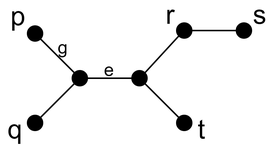
This is drawings/example-X-split.png from NilsSturma/TestGGM, a draw.io export, as it was before one commit. Source tidied: cells renumbered, new cells last; positions are measured from the earlier drawing's top-left corner, leaving out a move shared by most shapes. Source of this version:
```xml
<mxGraphModel>
  <root>
    <mxCell id="0" />
    <mxCell id="1" parent="0" />
    <mxCell id="2" style="ellipse;whiteSpace=wrap;html=1;fontColor=#333333;fillColor=#000000;" parent="1" vertex="1">
      <mxGeometry x="48" y="47" width="10" height="10" as="geometry" />
    </mxCell>
    <mxCell id="3" style="ellipse;whiteSpace=wrap;html=1;fontColor=#333333;fillColor=#000000;" parent="1" vertex="1">
      <mxGeometry x="88" y="47" width="10" height="10" as="geometry" />
    </mxCell>
    <mxCell id="4" style="endArrow=none;html=1;exitX=1;exitY=0.5;exitDx=0;exitDy=0;" parent="1" edge="1" source="2">
      <mxGeometry relative="1" as="geometry">
        <mxPoint x="88" y="52" as="targetPoint" />
      </mxGeometry>
    </mxCell>
    <mxCell id="5" style="ellipse;whiteSpace=wrap;html=1;fontColor=#333333;fillColor=#000000;" parent="1" vertex="1">
      <mxGeometry x="18" y="17" width="10" height="10" as="geometry" />
    </mxCell>
    <mxCell id="6" style="ellipse;whiteSpace=wrap;html=1;fontColor=#333333;fillColor=#000000;" parent="1" vertex="1">
      <mxGeometry x="18" y="77" width="10" height="10" as="geometry" />
    </mxCell>
    <mxCell id="7" style="ellipse;whiteSpace=wrap;html=1;fontColor=#333333;fillColor=#000000;" parent="1" vertex="1">
      <mxGeometry x="118" y="15" width="10" height="10" as="geometry" />
    </mxCell>
    <mxCell id="8" style="ellipse;whiteSpace=wrap;html=1;fontColor=#333333;fillColor=#000000;" parent="1" vertex="1">
      <mxGeometry x="118" y="77" width="10" height="10" as="geometry" />
    </mxCell>
    <mxCell id="9" style="endArrow=none;html=1;exitX=0;exitY=0;exitDx=0;exitDy=0;entryX=1;entryY=1;entryDx=0;entryDy=0;" parent="1" edge="1" source="2" target="5">
      <mxGeometry relative="1" as="geometry" />
    </mxCell>
    <mxCell id="10" style="endArrow=none;html=1;exitX=0;exitY=1;exitDx=0;exitDy=0;entryX=1;entryY=0;entryDx=0;entryDy=0;" parent="1" edge="1" source="2" target="6">
      <mxGeometry relative="1" as="geometry" />
    </mxCell>
    <mxCell id="11" style="endArrow=none;html=1;exitX=1;exitY=1;exitDx=0;exitDy=0;entryX=0;entryY=0;entryDx=0;entryDy=0;" parent="1" edge="1" source="3" target="8">
      <mxGeometry relative="1" as="geometry" />
    </mxCell>
    <mxCell id="12" style="endArrow=none;html=1;exitX=0;exitY=1;exitDx=0;exitDy=0;entryX=1;entryY=0;entryDx=0;entryDy=0;" parent="1" edge="1" source="7" target="3">
      <mxGeometry relative="1" as="geometry" />
    </mxCell>
    <mxCell id="13" style="ellipse;whiteSpace=wrap;html=1;fontColor=#333333;fillColor=#000000;" parent="1" vertex="1">
      <mxGeometry x="158" y="15" width="10" height="10" as="geometry" />
    </mxCell>
    <mxCell id="14" style="endArrow=none;html=1;exitX=1;exitY=0.5;exitDx=0;exitDy=0;entryX=0;entryY=0.5;entryDx=0;entryDy=0;" parent="1" edge="1" source="7" target="13">
      <mxGeometry relative="1" as="geometry" />
    </mxCell>
    <mxCell id="15" value="p" style="text;html=1;strokeColor=none;fillColor=none;align=center;verticalAlign=middle;whiteSpace=wrap;rounded=0;fontSize=18;" parent="1" vertex="1">
      <mxGeometry x="2" y="1" width="20" height="20" as="geometry" />
    </mxCell>
    <mxCell id="16" value="r" style="text;html=1;strokeColor=none;fillColor=none;align=center;verticalAlign=middle;whiteSpace=wrap;rounded=0;fontSize=18;" parent="1" vertex="1">
      <mxGeometry x="104" width="20" height="20" as="geometry" />
    </mxCell>
    <mxCell id="17" value="q" style="text;html=1;strokeColor=none;fillColor=none;align=center;verticalAlign=middle;whiteSpace=wrap;rounded=0;fontSize=18;" parent="1" vertex="1">
      <mxGeometry y="77" width="20" height="20" as="geometry" />
    </mxCell>
    <mxCell id="18" value="s" style="text;html=1;strokeColor=none;fillColor=none;align=center;verticalAlign=middle;whiteSpace=wrap;rounded=0;fontSize=18;" parent="1" vertex="1">
      <mxGeometry x="164" width="20" height="20" as="geometry" />
    </mxCell>
    <mxCell id="19" value="t" style="text;html=1;strokeColor=none;fillColor=none;align=center;verticalAlign=middle;whiteSpace=wrap;rounded=0;fontSize=18;" parent="1" vertex="1">
      <mxGeometry x="125" y="77" width="20" height="20" as="geometry" />
    </mxCell>
    <mxCell id="20" value="g" style="text;html=1;strokeColor=none;fillColor=none;align=center;verticalAlign=middle;whiteSpace=wrap;rounded=0;fontSize=12;" parent="1" vertex="1">
      <mxGeometry x="32" y="21" width="20" height="20" as="geometry" />
    </mxCell>
    <mxCell id="21" value="e" style="text;html=1;strokeColor=none;fillColor=none;align=center;verticalAlign=middle;whiteSpace=wrap;rounded=0;fontSize=12;" parent="1" vertex="1">
      <mxGeometry x="63" y="36" width="20" height="20" as="geometry" />
    </mxCell>
  </root>
</mxGraphModel>
```
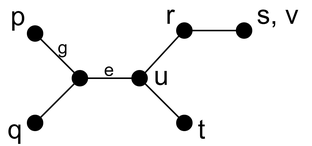
The same diagram one commit later.

Change to the diagram source:
```diff
@@ -52,8 +52,8 @@
     <mxCell id="17" value="q" style="text;html=1;strokeColor=none;fillColor=none;align=center;verticalAlign=middle;whiteSpace=wrap;rounded=0;fontSize=18;" parent="1" vertex="1">
       <mxGeometry y="77" width="20" height="20" as="geometry" />
     </mxCell>
-    <mxCell id="18" value="s" style="text;html=1;strokeColor=none;fillColor=none;align=center;verticalAlign=middle;whiteSpace=wrap;rounded=0;fontSize=18;" parent="1" vertex="1">
-      <mxGeometry x="164" width="20" height="20" as="geometry" />
+    <mxCell id="18" value="s, v" style="text;html=1;strokeColor=none;fillColor=none;align=center;verticalAlign=middle;whiteSpace=wrap;rounded=0;fontSize=18;" parent="1" vertex="1">
+      <mxGeometry x="164" width="44" height="20" as="geometry" />
     </mxCell>
     <mxCell id="19" value="t" style="text;html=1;strokeColor=none;fillColor=none;align=center;verticalAlign=middle;whiteSpace=wrap;rounded=0;fontSize=18;" parent="1" vertex="1">
       <mxGeometry x="125" y="77" width="20" height="20" as="geometry" />
@@ -64,5 +64,8 @@
     <mxCell id="21" value="e" style="text;html=1;strokeColor=none;fillColor=none;align=center;verticalAlign=middle;whiteSpace=wrap;rounded=0;fontSize=12;" parent="1" vertex="1">
       <mxGeometry x="63" y="36" width="20" height="20" as="geometry" />
     </mxCell>
+    <mxCell id="22" value="u" style="text;html=1;strokeColor=none;fillColor=none;align=center;verticalAlign=middle;whiteSpace=wrap;rounded=0;fontSize=18;" parent="1" vertex="1">
+      <mxGeometry x="98" y="41" width="20" height="20" as="geometry" />
+    </mxCell>
   </root>
 </mxGraphModel>
```
